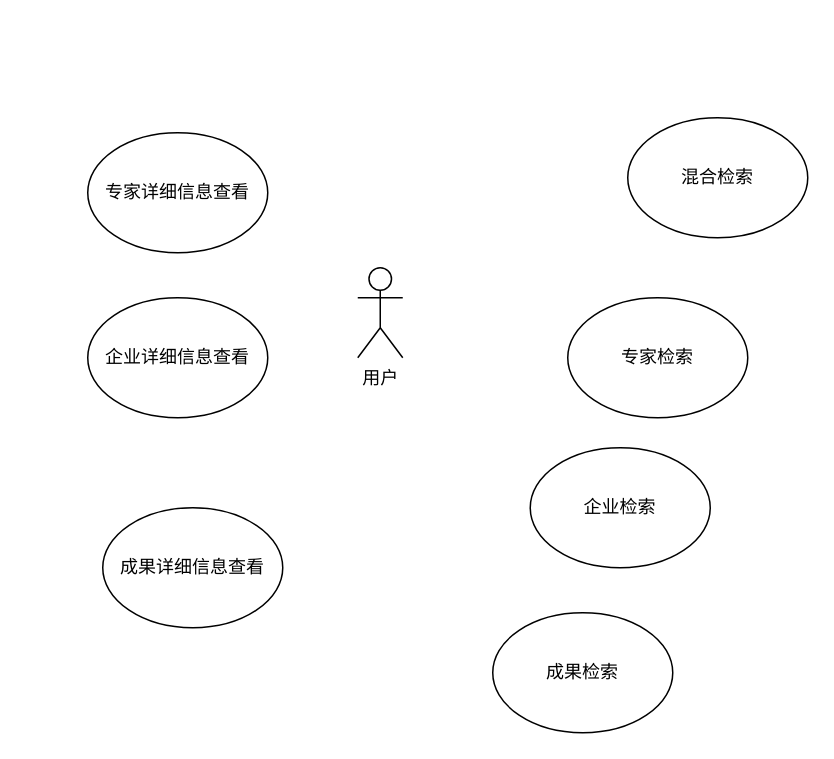
jongsh/drawio keeps this draw.io diagram as 2024-BUAA-SE/需求规格书/信息检索模块-用例图.drawio. Above is the earlier version. Source tidied: cells renumbered, new cells numbered last; positions are measured from the earlier drawing's top-left corner, leaving out a move shared by most shapes. Both pictures are drawn from the tidied source at 150%, with x=0, y=0 at pixel (87, 117).
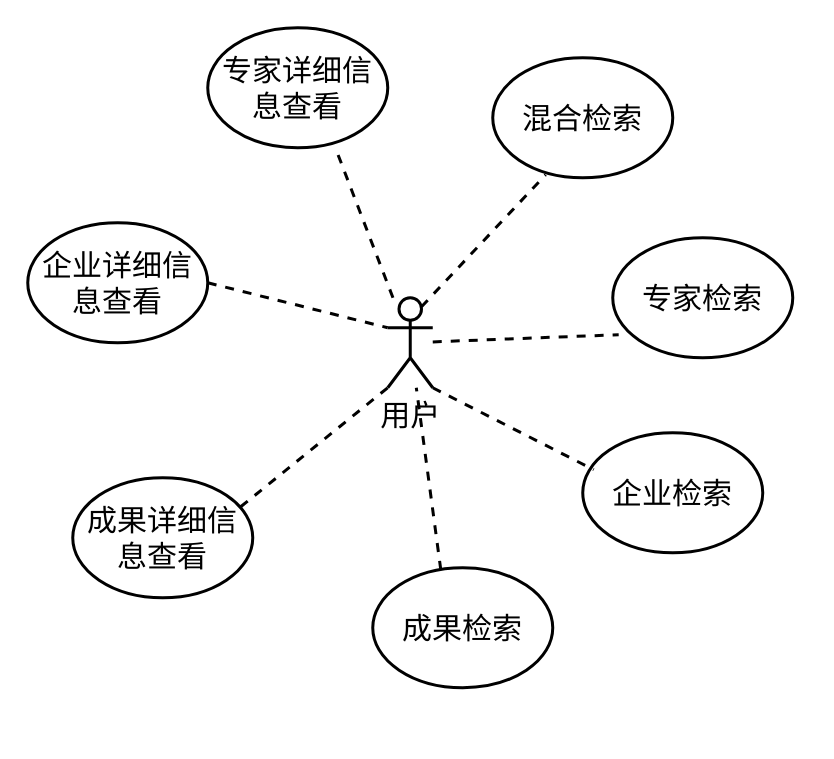
The same page after the edit.

Commit message:
更新信息检索模块-用例图.drawio

Change to the diagram source:
```diff
@@
 <mxGraphModel>
   <root>
     <mxCell id="0" />
     <mxCell id="1" parent="0" />
-    <mxCell id="2" value="用户" style="shape=umlActor;verticalLabelPosition=bottom;verticalAlign=top;html=1;outlineConnect=0;" parent="1" vertex="1">
-      <mxGeometry x="180" y="100" width="30" height="60" as="geometry" />
+    <mxCell id="2" value="用户" style="shape=umlActor;verticalLabelPosition=bottom;verticalAlign=top;html=1;outlineConnect=0;fontSize=20;strokeWidth=2;" parent="1" vertex="1">
+      <mxGeometry x="200" y="120" width="30" height="60" as="geometry" />
     </mxCell>
-    <mxCell id="3" value="混合检索" style="ellipse;whiteSpace=wrap;html=1;" parent="1" vertex="1">
-      <mxGeometry x="360" width="120" height="80" as="geometry" />
+    <mxCell id="3" value="混合检索" style="ellipse;whiteSpace=wrap;html=1;fontSize=20;strokeWidth=2;" parent="1" vertex="1">
+      <mxGeometry x="270" y="-40" width="120" height="80" as="geometry" />
     </mxCell>
-    <mxCell id="4" value="专家检索" style="ellipse;whiteSpace=wrap;html=1;" parent="1" vertex="1">
-      <mxGeometry x="320" y="120" width="120" height="80" as="geometry" />
+    <mxCell id="4" value="专家检索" style="ellipse;whiteSpace=wrap;html=1;fontSize=20;strokeWidth=2;" parent="1" vertex="1">
+      <mxGeometry x="350" y="80" width="120" height="80" as="geometry" />
     </mxCell>
-    <mxCell id="5" value="企业检索" style="ellipse;whiteSpace=wrap;html=1;" parent="1" vertex="1">
-      <mxGeometry x="295" y="220" width="120" height="80" as="geometry" />
+    <mxCell id="5" value="企业检索" style="ellipse;whiteSpace=wrap;html=1;fontSize=20;strokeWidth=2;" parent="1" vertex="1">
+      <mxGeometry x="330" y="210" width="120" height="80" as="geometry" />
     </mxCell>
-    <mxCell id="6" value="成果检索" style="ellipse;whiteSpace=wrap;html=1;" parent="1" vertex="1">
-      <mxGeometry x="270" y="330" width="120" height="80" as="geometry" />
+    <mxCell id="6" value="成果检索" style="ellipse;whiteSpace=wrap;html=1;fontSize=20;strokeWidth=2;" parent="1" vertex="1">
+      <mxGeometry x="190" y="300" width="120" height="80" as="geometry" />
     </mxCell>
-    <mxCell id="7" value="专家详细信息查看" style="ellipse;whiteSpace=wrap;html=1;" parent="1" vertex="1">
-      <mxGeometry y="10" width="120" height="80" as="geometry" />
+    <mxCell id="7" value="专家详细信息查看" style="ellipse;whiteSpace=wrap;html=1;fontSize=20;strokeWidth=2;" parent="1" vertex="1">
+      <mxGeometry x="80" y="-60" width="120" height="80" as="geometry" />
     </mxCell>
-    <mxCell id="8" value="企业详细信息查看" style="ellipse;whiteSpace=wrap;html=1;" parent="1" vertex="1">
-      <mxGeometry y="120" width="120" height="80" as="geometry" />
+    <mxCell id="8" value="企业详细信息查看" style="ellipse;whiteSpace=wrap;html=1;fontSize=20;strokeWidth=2;" parent="1" vertex="1">
+      <mxGeometry x="-40" y="70" width="120" height="80" as="geometry" />
     </mxCell>
-    <mxCell id="9" value="成果详细信息查看" style="ellipse;whiteSpace=wrap;html=1;" parent="1" vertex="1">
-      <mxGeometry x="10" y="260" width="120" height="80" as="geometry" />
+    <mxCell id="9" value="成果详细信息查看" style="ellipse;whiteSpace=wrap;html=1;fontSize=20;strokeWidth=2;" parent="1" vertex="1">
+      <mxGeometry x="-10" y="240" width="120" height="80" as="geometry" />
     </mxCell>
+    <mxCell id="10" style="endArrow=none;dashed=1;html=1;rounded=0;exitX=0.75;exitY=0.1;exitDx=0;exitDy=0;exitPerimeter=0;entryX=0.294;entryY=0.975;entryDx=0;entryDy=0;entryPerimeter=0;strokeWidth=2;" parent="1" edge="1" source="2" target="3">
+      <mxGeometry relative="1" as="geometry" />
+    </mxCell>
+    <mxCell id="11" style="endArrow=none;dashed=1;html=1;rounded=0;entryX=0.033;entryY=0.808;entryDx=0;entryDy=0;entryPerimeter=0;strokeWidth=2;" parent="1" edge="1" source="2" target="4">
+      <mxGeometry relative="1" as="geometry" />
+    </mxCell>
+    <mxCell id="12" style="endArrow=none;dashed=1;html=1;rounded=0;entryX=0.061;entryY=0.308;entryDx=0;entryDy=0;entryPerimeter=0;exitX=1;exitY=1;exitDx=0;exitDy=0;exitPerimeter=0;strokeWidth=2;" parent="1" edge="1" source="2" target="5">
+      <mxGeometry relative="1" as="geometry" />
+    </mxCell>
+    <mxCell id="13" style="endArrow=none;dashed=1;html=1;rounded=0;entryX=0;entryY=0.3333333333333333;entryDx=0;entryDy=0;entryPerimeter=0;exitX=1;exitY=0.5;exitDx=0;exitDy=0;strokeWidth=2;" parent="1" edge="1" source="8" target="2">
+      <mxGeometry relative="1" as="geometry" />
+    </mxCell>
+    <mxCell id="14" style="endArrow=none;dashed=1;html=1;rounded=0;entryX=0;entryY=1;entryDx=0;entryDy=0;entryPerimeter=0;exitX=0.933;exitY=0.242;exitDx=0;exitDy=0;exitPerimeter=0;strokeWidth=2;" parent="1" edge="1" source="9" target="2">
+      <mxGeometry relative="1" as="geometry" />
+    </mxCell>
+    <mxCell id="15" style="endArrow=none;dashed=1;html=1;rounded=0;entryX=0.711;entryY=1.008;entryDx=0;entryDy=0;entryPerimeter=0;strokeWidth=2;" parent="1" edge="1" source="2" target="7">
+      <mxGeometry relative="1" as="geometry" />
+    </mxCell>
+    <mxCell id="16" style="endArrow=none;dashed=1;html=1;rounded=0;exitX=0.378;exitY=0.017;exitDx=0;exitDy=0;exitPerimeter=0;strokeWidth=2;" parent="1" edge="1" source="6" target="2">
+      <mxGeometry relative="1" as="geometry" />
+    </mxCell>
   </root>
 </mxGraphModel>
```
